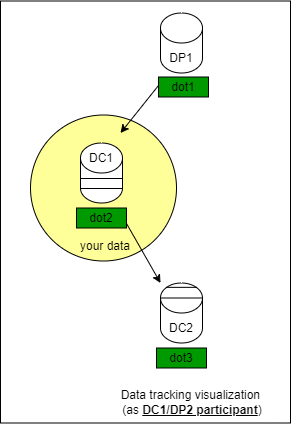
Prometheus-X-association/data-value-chain-tracker keeps this draw.io diagram as diagrams/dvct-viz-2.png. Above is the earlier version. Source tidied: cells renumbered, new cells last; positions are measured from the earlier drawing's top-left corner, leaving out a move shared by most shapes.
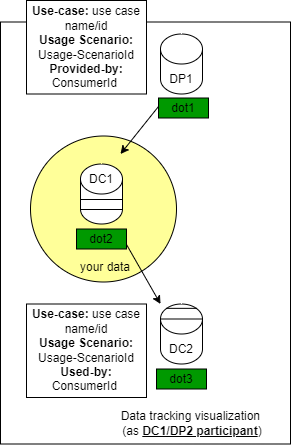
Above is the later version.

Diff of the diagram source:
```diff
@@ -77,5 +77,11 @@
     <mxCell id="22" value="Data tracking visualization&amp;nbsp;&lt;div&gt;(as &lt;u&gt;&lt;b&gt;DC1/DP2 participant&lt;/b&gt;&lt;/u&gt;)&lt;/div&gt;" style="text;html=1;align=center;verticalAlign=middle;whiteSpace=wrap;rounded=0;" parent="1" vertex="1">
       <mxGeometry x="117" y="385.5" width="150" height="30" as="geometry" />
     </mxCell>
+    <mxCell id="23" value="&lt;b&gt;Use-case:&lt;/b&gt; use case name/id&lt;div&gt;&lt;b&gt;Usage Scenario:&lt;/b&gt; Usage-ScenarioId&lt;br&gt;&lt;div&gt;&lt;b&gt;Provided-by:&lt;/b&gt; ConsumerId&amp;nbsp;&lt;br&gt;&lt;/div&gt;&lt;/div&gt;" style="rounded=0;whiteSpace=wrap;html=1;" parent="1" vertex="1">
+      <mxGeometry x="26" y="-22" width="120" height="93.5" as="geometry" />
+    </mxCell>
+    <mxCell id="24" value="&lt;b&gt;Use-case:&lt;/b&gt; use case name/id&lt;div&gt;&lt;b&gt;Usage Scenario:&lt;/b&gt; Usage-ScenarioId&lt;br&gt;&lt;div&gt;&lt;b&gt;Used-by:&lt;/b&gt; ConsumerId&amp;nbsp;&lt;br&gt;&lt;/div&gt;&lt;/div&gt;" style="rounded=0;whiteSpace=wrap;html=1;" parent="1" vertex="1">
+      <mxGeometry x="26" y="281.5" width="120" height="93.5" as="geometry" />
+    </mxCell>
   </root>
 </mxGraphModel>
```
